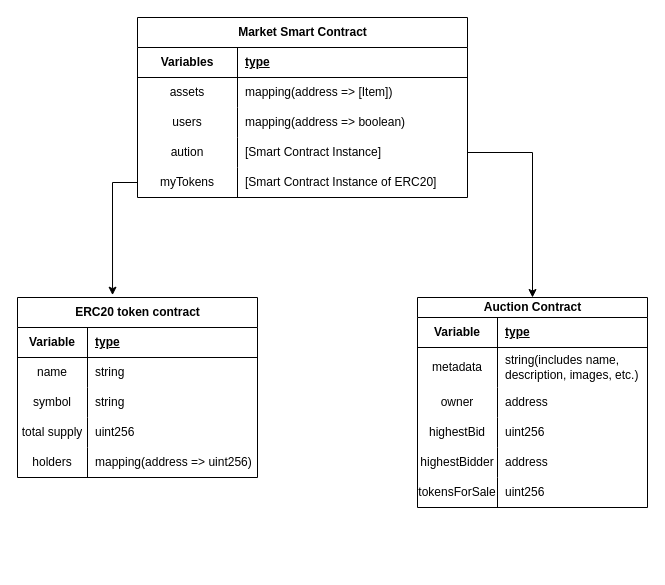
Earlier version of the draw.io diagram page "Page-1" (1 of 2) of eth-online/ETH Online Project Idea Flow.drawio (divyasshree-BQ/system-designs). Source tidied: cells renumbered, new cells numbered last; positions are measured from the earlier drawing's top-left corner, leaving out a move shared by most shapes. Both pictures are drawn from the tidied source at 100%, with x=0, y=0 at pixel (17, 17).
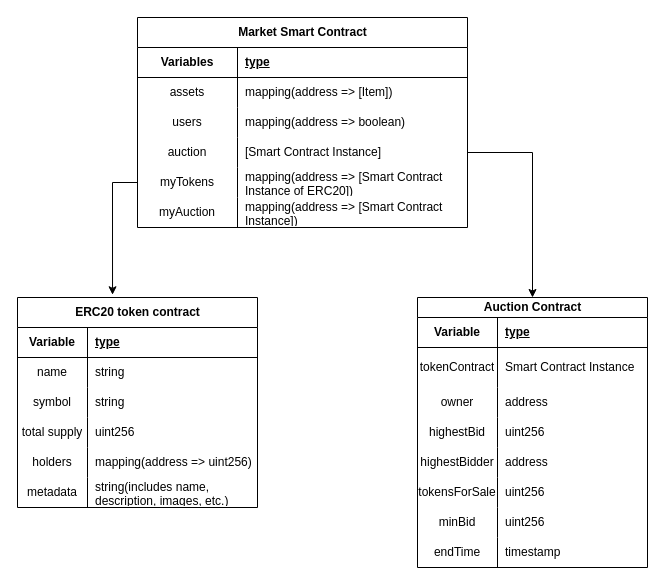
Above is the later version.

Unchanged cells that the change refers to:
```xml
<mxCell id="12" style="shape=tableRow;horizontal=0;startSize=0;swimlaneHead=0;swimlaneBody=0;fillColor=none;points=[[0,0.5],[1,0.5]];portConstraint=eastwest;top=0;left=0;right=0;bottom=0;" parent="2" vertex="1">
  <mxGeometry y="120" width="330" height="30" as="geometry" />
</mxCell>
<mxCell id="15" style="shape=tableRow;horizontal=0;startSize=0;swimlaneHead=0;swimlaneBody=0;fillColor=none;points=[[0,0.5],[1,0.5]];portConstraint=eastwest;top=0;left=0;right=0;bottom=0;" parent="2" vertex="1">
  <mxGeometry y="150" width="330" height="30" as="geometry" />
</mxCell>
<mxCell id="39" style="shape=tableRow;horizontal=0;startSize=0;swimlaneHead=0;swimlaneBody=0;fillColor=none;top=0;left=0;right=0;bottom=0;" parent="35" vertex="1">
  <mxGeometry y="50" width="230" height="40" as="geometry" />
</mxCell>
```

What changed in the source:
```diff
@@
     <mxCell id="2" value="Market Smart Contract" style="shape=table;startSize=30;childLayout=tableLayout;rowLines=0;fontStyle=1;align=center;html=1;" parent="1" vertex="1">
-      <mxGeometry x="120" width="330" height="180" as="geometry" />
+      <mxGeometry x="120" width="330" height="210" as="geometry" />
     </mxCell>
@@
-    <mxCell id="13" value="aution" style="shape=partialRectangle;fillColor=none;top=0;left=0;bottom=0;right=0;overflow=hidden;whiteSpace=wrap;html=1;" parent="12" vertex="1">
+    <mxCell id="13" value="auction" style="shape=partialRectangle;fillColor=none;top=0;left=0;bottom=0;right=0;overflow=hidden;whiteSpace=wrap;html=1;" parent="12" vertex="1">
       <mxGeometry width="100" height="30" as="geometry" />
     </mxCell>
@@
-    <mxCell id="17" value="[Smart Contract Instance of ERC20]" style="shape=partialRectangle;fillColor=none;top=0;left=0;bottom=0;right=0;align=left;spacingLeft=6;overflow=hidden;whiteSpace=wrap;html=1;" parent="15" vertex="1">
+    <mxCell id="17" value="mapping(address =&amp;gt; [Smart Contract Instance of ERC20])" style="shape=partialRectangle;fillColor=none;top=0;left=0;bottom=0;right=0;align=left;spacingLeft=6;overflow=hidden;whiteSpace=wrap;html=1;" parent="15" vertex="1">
       <mxGeometry x="100" width="230" height="30" as="geometry" />
     </mxCell>
+    <mxCell id="55" style="shape=tableRow;horizontal=0;startSize=0;swimlaneHead=0;swimlaneBody=0;fillColor=none;top=0;left=0;right=0;bottom=0;" parent="2" vertex="1">
+      <mxGeometry y="180" width="330" height="30" as="geometry" />
+    </mxCell>
+    <mxCell id="56" value="myAuction" style="shape=partialRectangle;fillColor=none;top=0;left=0;bottom=0;right=0;overflow=hidden;whiteSpace=wrap;html=1;" parent="55" vertex="1">
+      <mxGeometry width="100" height="30" as="geometry" />
+    </mxCell>
+    <mxCell id="57" value="mapping(address =&amp;gt; [Smart Contract Instance])" style="shape=partialRectangle;fillColor=none;top=0;left=0;bottom=0;right=0;align=left;spacingLeft=6;overflow=hidden;whiteSpace=wrap;html=1;" parent="55" vertex="1">
+      <mxGeometry x="100" width="230" height="30" as="geometry" />
+    </mxCell>
     <mxCell id="18" value="ERC20 token contract" style="shape=table;startSize=30;childLayout=tableLayout;rowLines=0;fontStyle=1;align=center;html=1;" parent="1" vertex="1">
-      <mxGeometry y="280" width="240" height="180" as="geometry" />
+      <mxGeometry y="280" width="240" height="210" as="geometry" />
     </mxCell>
@@
+    <mxCell id="58" style="shape=tableRow;horizontal=0;startSize=0;swimlaneHead=0;swimlaneBody=0;fillColor=none;top=0;left=0;right=0;bottom=0;" parent="18" vertex="1">
+      <mxGeometry y="180" width="240" height="30" as="geometry" />
+    </mxCell>
+    <mxCell id="59" value="metadata" style="shape=partialRectangle;fillColor=none;top=0;left=0;bottom=0;right=0;overflow=hidden;whiteSpace=wrap;html=1;" parent="58" vertex="1">
+      <mxGeometry width="70" height="30" as="geometry" />
+    </mxCell>
+    <mxCell id="60" value="string(includes name, description, images, etc.)" style="shape=partialRectangle;fillColor=none;top=0;left=0;bottom=0;right=0;align=left;spacingLeft=6;overflow=hidden;whiteSpace=wrap;html=1;" parent="58" vertex="1">
+      <mxGeometry x="70" width="170" height="30" as="geometry" />
+    </mxCell>
@@
     <mxCell id="35" value="Auction Contract" style="shape=table;startSize=20;childLayout=tableLayout;rowLines=0;fontStyle=1;align=center;html=1;" parent="1" vertex="1">
-      <mxGeometry x="400" y="280" width="230" height="210" as="geometry" />
+      <mxGeometry x="400" y="280" width="230" height="270" as="geometry" />
     </mxCell>
@@
-    <mxCell id="40" value="metadata" style="shape=partialRectangle;fillColor=none;top=0;left=0;bottom=0;right=0;overflow=hidden;whiteSpace=wrap;html=1;" parent="39" vertex="1">
+    <mxCell id="40" value="tokenContract" style="shape=partialRectangle;fillColor=none;top=0;left=0;bottom=0;right=0;overflow=hidden;whiteSpace=wrap;html=1;" parent="39" vertex="1">
       <mxGeometry width="80" height="40" as="geometry" />
     </mxCell>
-    <mxCell id="41" value="string(includes name, description, images, etc.)" style="shape=partialRectangle;fillColor=none;top=0;left=0;bottom=0;right=0;align=left;spacingLeft=6;overflow=hidden;whiteSpace=wrap;html=1;" parent="39" vertex="1">
+    <mxCell id="41" value="Smart Contract Instance" style="shape=partialRectangle;fillColor=none;top=0;left=0;bottom=0;right=0;align=left;spacingLeft=6;overflow=hidden;whiteSpace=wrap;html=1;" parent="39" vertex="1">
       <mxGeometry x="80" width="150" height="40" as="geometry" />
     </mxCell>
@@
+    <mxCell id="61" style="shape=tableRow;horizontal=0;startSize=0;swimlaneHead=0;swimlaneBody=0;fillColor=none;top=0;left=0;right=0;bottom=0;" parent="35" vertex="1">
+      <mxGeometry y="210" width="230" height="30" as="geometry" />
+    </mxCell>
+    <mxCell id="62" value="minBid" style="shape=partialRectangle;fillColor=none;top=0;left=0;bottom=0;right=0;overflow=hidden;whiteSpace=wrap;html=1;" parent="61" vertex="1">
+      <mxGeometry width="80" height="30" as="geometry" />
+    </mxCell>
+    <mxCell id="63" value="uint256" style="shape=partialRectangle;fillColor=none;top=0;left=0;bottom=0;right=0;align=left;spacingLeft=6;overflow=hidden;whiteSpace=wrap;html=1;" parent="61" vertex="1">
+      <mxGeometry x="80" width="150" height="30" as="geometry" />
+    </mxCell>
+    <mxCell id="64" style="shape=tableRow;horizontal=0;startSize=0;swimlaneHead=0;swimlaneBody=0;fillColor=none;top=0;left=0;right=0;bottom=0;" parent="35" vertex="1">
+      <mxGeometry y="240" width="230" height="30" as="geometry" />
+    </mxCell>
+    <mxCell id="65" value="endTime" style="shape=partialRectangle;fillColor=none;top=0;left=0;bottom=0;right=0;overflow=hidden;whiteSpace=wrap;html=1;" parent="64" vertex="1">
+      <mxGeometry width="80" height="30" as="geometry" />
+    </mxCell>
+    <mxCell id="66" value="timestamp" style="shape=partialRectangle;fillColor=none;top=0;left=0;bottom=0;right=0;align=left;spacingLeft=6;overflow=hidden;whiteSpace=wrap;html=1;" parent="64" vertex="1">
+      <mxGeometry x="80" width="150" height="30" as="geometry" />
+    </mxCell>
```
